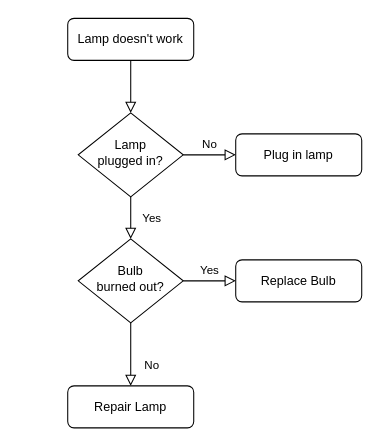
Earlier version of the draw.io diagram Untitled Diagram.drawio (dynamic2code/Mkulima-connect-). Source tidied: cells renumbered, new cells numbered last; positions are measured from the earlier drawing's top-left corner, leaving out a move shared by most shapes. Both pictures are drawn from the tidied source at 105%, with x=0, y=0 at pixel (67, 18).
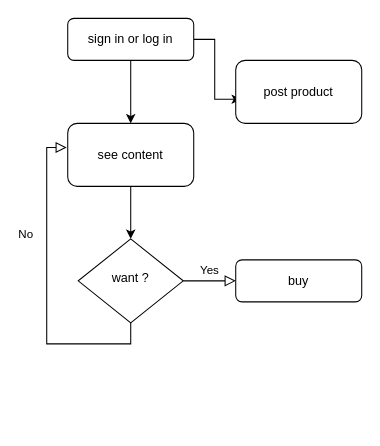
After the change.

Change to the diagram source:
```diff
@@
 <mxGraphModel>
   <root>
     <mxCell id="0" />
     <mxCell id="1" parent="0" />
-    <mxCell id="2" style="rounded=0;html=1;jettySize=auto;fontSize=11;endArrow=block;endFill=0;endSize=8;strokeWidth=1;shadow=0;labelBackgroundColor=none;edgeStyle=orthogonalEdgeStyle;" parent="1" edge="1" source="3" target="6">
-      <mxGeometry relative="1" as="geometry" />
-    </mxCell>
+    <mxCell id="13" style="edgeStyle=orthogonalEdgeStyle;rounded=0;jettySize=auto;html=1;exitX=0.5;exitY=1;exitDx=0;exitDy=0;entryX=0.5;entryY=0;entryDx=0;entryDy=0;" parent="1" edge="1" source="3" target="7">
+      <mxGeometry relative="1" as="geometry" />
+    </mxCell>
+    <mxCell id="14" style="edgeStyle=orthogonalEdgeStyle;rounded=0;jettySize=auto;html=1;entryX=0.042;entryY=0.617;entryDx=0;entryDy=0;entryPerimeter=0;" parent="1" edge="1" source="3" target="16">
+      <mxGeometry relative="1" as="geometry" />
+    </mxCell>
-    <mxCell id="3" value="Lamp doesn't work" style="rounded=1;whiteSpace=wrap;html=1;fontSize=12;glass=0;strokeWidth=1;shadow=0;" parent="1" vertex="1">
+    <mxCell id="3" value="sign in or log in" style="rounded=1;whiteSpace=wrap;html=1;fontSize=12;glass=0;strokeWidth=1;shadow=0;" parent="1" vertex="1">
       <mxGeometry width="120" height="40" as="geometry" />
     </mxCell>
-    <mxCell id="4" value="Yes" style="rounded=0;html=1;jettySize=auto;fontSize=11;endArrow=block;endFill=0;endSize=8;strokeWidth=1;shadow=0;labelBackgroundColor=none;edgeStyle=orthogonalEdgeStyle;" parent="1" edge="1" source="6" target="10">
-      <mxGeometry y="20" relative="1" as="geometry" />
-    </mxCell>
-    <mxCell id="5" value="No" style="edgeStyle=orthogonalEdgeStyle;rounded=0;html=1;jettySize=auto;fontSize=11;endArrow=block;endFill=0;endSize=8;strokeWidth=1;shadow=0;labelBackgroundColor=none;" parent="1" edge="1" source="6" target="7">
-      <mxGeometry y="10" relative="1" as="geometry" />
-    </mxCell>
-    <mxCell id="6" value="Lamp&lt;br&gt;plugged in?" style="rhombus;whiteSpace=wrap;html=1;shadow=0;fontFamily=Helvetica;fontSize=12;align=center;strokeWidth=1;spacing=6;spacingTop=-4;" parent="1" vertex="1">
-      <mxGeometry x="10" y="90" width="100" height="80" as="geometry" />
-    </mxCell>
+    <mxCell id="15" style="edgeStyle=orthogonalEdgeStyle;rounded=0;jettySize=auto;html=1;" parent="1" edge="1" source="7">
+      <mxGeometry relative="1" as="geometry">
+        <mxPoint x="60" y="210" as="targetPoint" />
+      </mxGeometry>
+    </mxCell>
-    <mxCell id="7" value="Plug in lamp" style="rounded=1;whiteSpace=wrap;html=1;fontSize=12;glass=0;strokeWidth=1;shadow=0;" parent="1" vertex="1">
-      <mxGeometry x="160" y="110" width="120" height="40" as="geometry" />
+    <mxCell id="7" value="see content" style="rounded=1;whiteSpace=wrap;html=1;fontSize=12;glass=0;strokeWidth=1;shadow=0;" parent="1" vertex="1">
+      <mxGeometry y="100" width="120" height="60" as="geometry" />
     </mxCell>
-    <mxCell id="8" value="No" style="rounded=0;html=1;jettySize=auto;fontSize=11;endArrow=block;endFill=0;endSize=8;strokeWidth=1;shadow=0;labelBackgroundColor=none;edgeStyle=orthogonalEdgeStyle;" parent="1" edge="1" source="10" target="11">
+    <mxCell id="8" value="No" style="rounded=0;html=1;jettySize=auto;fontSize=11;endArrow=block;endFill=0;endSize=8;strokeWidth=1;shadow=0;labelBackgroundColor=none;edgeStyle=orthogonalEdgeStyle;entryX=-0.008;entryY=0.383;entryDx=0;entryDy=0;entryPerimeter=0;exitX=0.5;exitY=1;exitDx=0;exitDy=0;" parent="1" edge="1" source="10" target="7">
       <mxGeometry x="0.33" y="20" relative="1" as="geometry" />
     </mxCell>
     <mxCell id="9" value="Yes" style="edgeStyle=orthogonalEdgeStyle;rounded=0;html=1;jettySize=auto;fontSize=11;endArrow=block;endFill=0;endSize=8;strokeWidth=1;shadow=0;labelBackgroundColor=none;" parent="1" edge="1" source="10" target="12">
       <mxGeometry y="10" relative="1" as="geometry" />
     </mxCell>
-    <mxCell id="10" value="Bulb&lt;br&gt;burned out?" style="rhombus;whiteSpace=wrap;html=1;shadow=0;fontFamily=Helvetica;fontSize=12;align=center;strokeWidth=1;spacing=6;spacingTop=-4;" parent="1" vertex="1">
+    <mxCell id="10" value="want ?" style="rhombus;whiteSpace=wrap;html=1;shadow=0;fontFamily=Helvetica;fontSize=12;align=center;strokeWidth=1;spacing=6;spacingTop=-4;" parent="1" vertex="1">
       <mxGeometry x="10" y="210" width="100" height="80" as="geometry" />
     </mxCell>
-    <mxCell id="11" value="Repair Lamp" style="rounded=1;whiteSpace=wrap;html=1;fontSize=12;glass=0;strokeWidth=1;shadow=0;" parent="1" vertex="1">
-      <mxGeometry y="350" width="120" height="40" as="geometry" />
-    </mxCell>
-    <mxCell id="12" value="Replace Bulb" style="rounded=1;whiteSpace=wrap;html=1;fontSize=12;glass=0;strokeWidth=1;shadow=0;" parent="1" vertex="1">
+    <mxCell id="12" value="buy" style="rounded=1;whiteSpace=wrap;html=1;fontSize=12;glass=0;strokeWidth=1;shadow=0;" parent="1" vertex="1">
       <mxGeometry x="160" y="230" width="120" height="40" as="geometry" />
     </mxCell>
+    <mxCell id="16" value="post product" style="rounded=1;whiteSpace=wrap;html=1;" parent="1" vertex="1">
+      <mxGeometry x="160" y="40" width="120" height="60" as="geometry" />
+    </mxCell>
   </root>
 </mxGraphModel>
```
